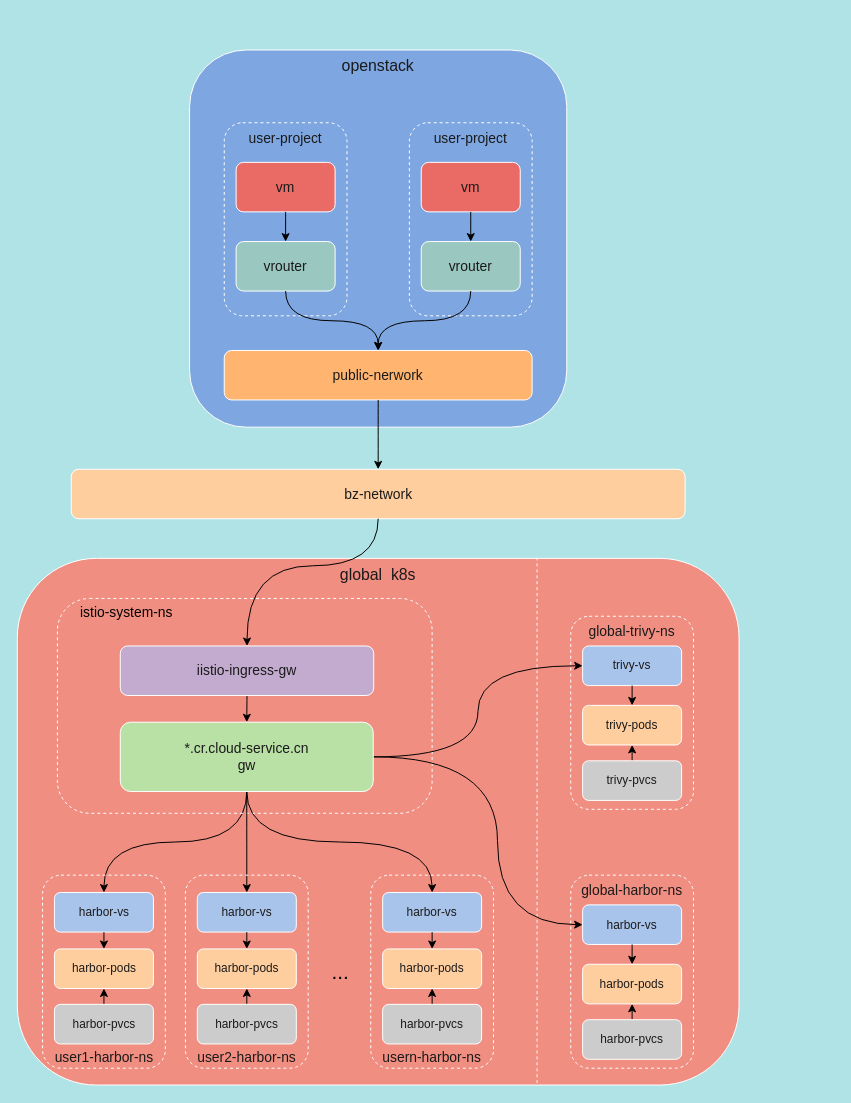
Above: 容器镜像服务.drawio in Riverdd/picture (draw.io), before the change. Source tidied: cells renumbered, new cells numbered last; positions are measured from the earlier drawing's top-left corner, leaving out a move shared by most shapes. Both pictures are drawn from the tidied source at 99%, with x=0, y=0 at pixel (17, 50).
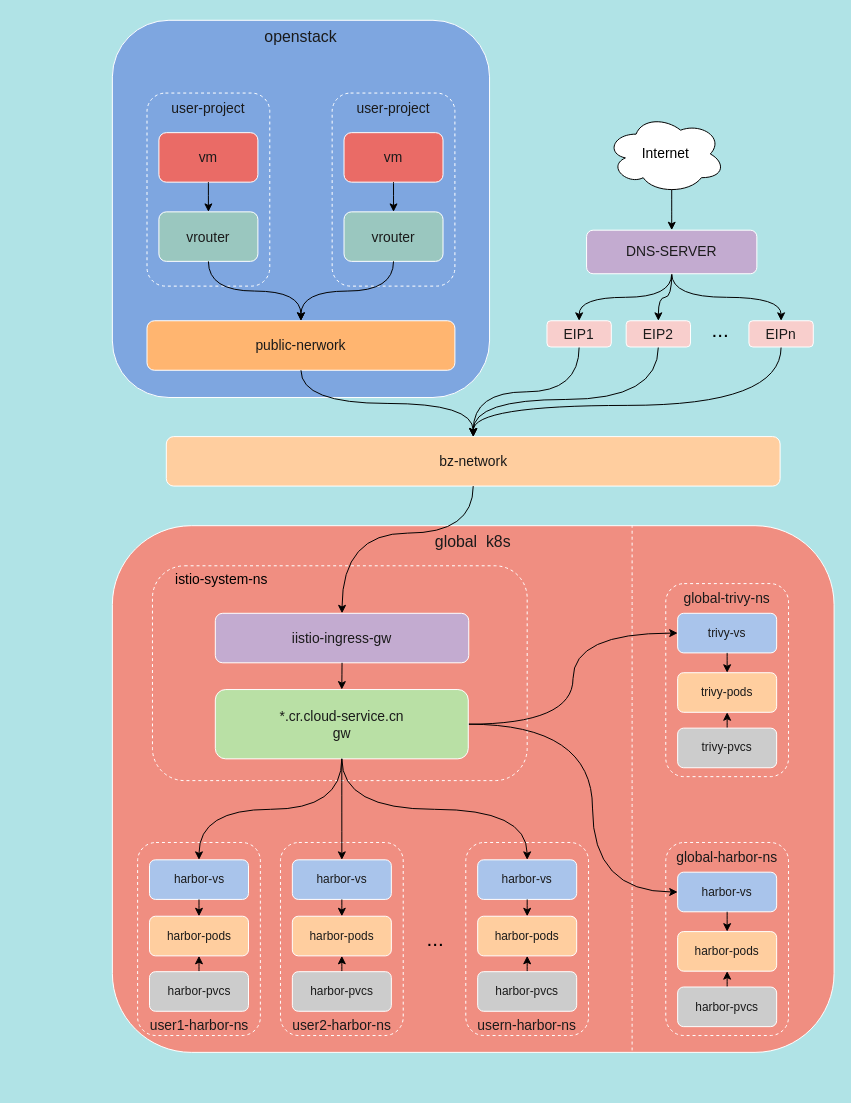
The same page after the edit.

Commit message (it also covers changes not shown here):
更新容器镜像服务.drawio

The change refers to these unchanged cells:
```xml
<mxCell id="11" value="harbor-vs" style="rounded=1;whiteSpace=wrap;html=1;fontSize=12;fillColor=#A9C4EB;strokeColor=#FFFFFF;fontColor=#1A1A1A;" parent="6" vertex="1">
  <mxGeometry x="12" y="30" width="100" height="40" as="geometry" />
</mxCell>
<mxCell id="18" value="vrouter" style="rounded=1;whiteSpace=wrap;html=1;fontSize=14;fillColor=#9AC7BF;strokeColor=#FFFFFF;fontColor=#1A1A1A;" parent="16" vertex="1">
  <mxGeometry x="12" y="120" width="100" height="50" as="geometry" />
</mxCell>
<mxCell id="23" value="vrouter" style="rounded=1;whiteSpace=wrap;html=1;fontSize=14;fillColor=#9AC7BF;strokeColor=#FFFFFF;fontColor=#1A1A1A;" parent="21" vertex="1">
  <mxGeometry x="12" y="120" width="100" height="50" as="geometry" />
</mxCell>
<mxCell id="50" value="harbor-vs" style="rounded=1;whiteSpace=wrap;html=1;fontSize=12;fillColor=#A9C4EB;strokeColor=#FFFFFF;fontColor=#1A1A1A;" parent="45" vertex="1">
  <mxGeometry x="12" y="17.5" width="100" height="40" as="geometry" />
</mxCell>
<mxCell id="57" value="harbor-vs" style="rounded=1;whiteSpace=wrap;html=1;fontSize=12;fillColor=#A9C4EB;strokeColor=#FFFFFF;fontColor=#1A1A1A;" parent="52" vertex="1">
  <mxGeometry x="12" y="17.5" width="100" height="40" as="geometry" />
</mxCell>
<mxCell id="64" value="harbor-vs" style="rounded=1;whiteSpace=wrap;html=1;fontSize=12;fillColor=#A9C4EB;strokeColor=#FFFFFF;fontColor=#1A1A1A;" parent="59" vertex="1">
  <mxGeometry x="12" y="17.5" width="100" height="40" as="geometry" />
</mxCell>
```

Change to the diagram source:
```diff
@@
+    <mxCell id="66" style="group;" parent="1" vertex="1">
+      <mxGeometry x="96" y="-33" width="729" height="1045.5" as="geometry" />
+    </mxCell>
-    <mxCell id="2" value="global &amp;nbsp;k8s" style="rounded=1;whiteSpace=wrap;html=1;fontSize=16;verticalAlign=top;fillColor=#F08E81;strokeColor=#FFFFFF;fontColor=#1A1A1A;" parent="1" vertex="1">
+    <mxCell id="2" value="global &amp;nbsp;k8s" style="rounded=1;whiteSpace=wrap;html=1;fontSize=16;verticalAlign=top;fillColor=#F08E81;strokeColor=#FFFFFF;fontColor=#1A1A1A;" parent="66" vertex="1">
       <mxGeometry y="513.5" width="729" height="532" as="geometry" />
     </mxCell>
-    <mxCell id="3" value="&lt;font style=&quot;font-size: 16px;&quot;&gt;openstack&lt;/font&gt;" style="whiteSpace=wrap;html=1;align=center;verticalAlign=top;rounded=1;fillColor=#7EA6E0;strokeColor=#FFFFFF;fontColor=#1A1A1A;" parent="1" vertex="1">
-      <mxGeometry x="174" width="381" height="381" as="geometry" />
+    <mxCell id="3" value="&lt;font style=&quot;font-size: 16px;&quot;&gt;openstack&lt;/font&gt;" style="whiteSpace=wrap;html=1;align=center;verticalAlign=top;rounded=1;fillColor=#7EA6E0;strokeColor=#FFFFFF;fontColor=#1A1A1A;" parent="66" vertex="1">
+      <mxGeometry y="3" width="381" height="381" as="geometry" />
     </mxCell>
-    <mxCell id="4" value="..." style="text;html=1;align=center;verticalAlign=middle;fillColor=none;strokeColor=none;rounded=1;fontSize=21;horizontal=1;" parent="1" vertex="1">
+    <mxCell id="4" value="..." style="text;html=1;align=center;verticalAlign=middle;fillColor=none;strokeColor=none;rounded=1;fontSize=21;horizontal=1;" parent="66" vertex="1">
       <mxGeometry x="308" y="912.5" width="36" height="37" as="geometry" />
     </mxCell>
-    <mxCell id="5" style="endArrow=none;dashed=1;html=1;rounded=1;strokeWidth=1;fontSize=8;strokeColor=#FFFFFF;curved=1;" parent="1" edge="1">
+    <mxCell id="5" style="endArrow=none;dashed=1;html=1;rounded=1;strokeWidth=1;fontSize=8;strokeColor=#FFFFFF;curved=1;" parent="66" edge="1">
       <mxGeometry relative="1" as="geometry">
         <mxPoint x="525" y="1043.5" as="sourcePoint" />
         <mxPoint x="525" y="513" as="targetPoint" />
       </mxGeometry>
     </mxCell>
-    <mxCell id="6" style="group;rounded=1;" parent="1" vertex="1">
+    <mxCell id="6" style="group;rounded=1;" parent="66" vertex="1">
       <mxGeometry x="559" y="833.5" width="124" height="195" as="geometry" />
     </mxCell>
@@
-    <mxCell id="13" style="edgeStyle=orthogonalEdgeStyle;rounded=1;jettySize=auto;html=1;exitX=0.5;exitY=1;exitDx=0;exitDy=0;entryX=0.5;entryY=0;entryDx=0;entryDy=0;strokeColor=#000000;strokeWidth=1;fontSize=14;endArrow=classic;endFill=1;curved=1;" parent="1" edge="1" source="38" target="43">
-      <mxGeometry relative="1" as="geometry" />
-    </mxCell>
-    <mxCell id="14" value="&lt;span style=&quot;font-size: 14px;&quot;&gt;bz-network&lt;/span&gt;" style="rounded=1;whiteSpace=wrap;html=1;fontSize=12;fillColor=#FFCE9F;strokeColor=#FFFFFF;fontColor=#1A1A1A;" parent="1" vertex="1">
+    <mxCell id="14" value="&lt;span style=&quot;font-size: 14px;&quot;&gt;bz-network&lt;/span&gt;" style="rounded=1;whiteSpace=wrap;html=1;fontSize=12;fillColor=#FFCE9F;strokeColor=#FFFFFF;fontColor=#1A1A1A;" parent="66" vertex="1">
       <mxGeometry x="54.5" y="423.5" width="620" height="50" as="geometry" />
     </mxCell>
-    <mxCell id="15" value="public-nerwork" style="rounded=1;whiteSpace=wrap;html=1;fontSize=14;fillColor=#FFB570;strokeColor=#FFFFFF;fontColor=#1A1A1A;" parent="1" vertex="1">
-      <mxGeometry x="209" y="303.5" width="311" height="50" as="geometry" />
+    <mxCell id="15" value="public-nerwork" style="rounded=1;whiteSpace=wrap;html=1;fontSize=14;fillColor=#FFB570;strokeColor=#FFFFFF;fontColor=#1A1A1A;" parent="66" vertex="1">
+      <mxGeometry x="35" y="306.5" width="311" height="50" as="geometry" />
     </mxCell>
-    <mxCell id="16" style="group;" parent="1" vertex="1">
-      <mxGeometry x="209" y="73.5" width="124" height="195" as="geometry" />
+    <mxCell id="16" style="group;" parent="66" vertex="1">
+      <mxGeometry x="35" y="76.5" width="124" height="195" as="geometry" />
     </mxCell>
@@
-    <mxCell id="21" style="group;" parent="1" vertex="1">
-      <mxGeometry x="396" y="73.5" width="124" height="195" as="geometry" />
+    <mxCell id="21" style="group;" parent="66" vertex="1">
+      <mxGeometry x="222" y="76.5" width="124" height="195" as="geometry" />
     </mxCell>
@@
-    <mxCell id="26" style="edgeStyle=orthogonalEdgeStyle;rounded=0;jettySize=auto;html=1;exitX=0.5;exitY=1;exitDx=0;exitDy=0;entryX=0.5;entryY=0;entryDx=0;entryDy=0;curved=1;" parent="1" edge="1" source="14" target="38">
+    <mxCell id="26" style="edgeStyle=orthogonalEdgeStyle;rounded=0;jettySize=auto;html=1;exitX=0.5;exitY=1;exitDx=0;exitDy=0;entryX=0.5;entryY=0;entryDx=0;entryDy=0;curved=1;" parent="66" edge="1" source="14" target="38">
       <mxGeometry relative="1" as="geometry">
         <Array as="points">
           <mxPoint x="365" y="521" />
           <mxPoint x="232" y="521" />
         </Array>
       </mxGeometry>
     </mxCell>
-    <mxCell id="27" style="edgeStyle=orthogonalEdgeStyle;curved=1;rounded=0;jettySize=auto;html=1;exitX=0.5;exitY=1;exitDx=0;exitDy=0;entryX=0.5;entryY=0;entryDx=0;entryDy=0;fontSize=14;" parent="1" edge="1" source="15" target="14">
+    <mxCell id="27" style="edgeStyle=orthogonalEdgeStyle;curved=1;rounded=0;jettySize=auto;html=1;exitX=0.5;exitY=1;exitDx=0;exitDy=0;entryX=0.5;entryY=0;entryDx=0;entryDy=0;fontSize=14;" parent="66" edge="1" source="15" target="14">
       <mxGeometry relative="1" as="geometry" />
     </mxCell>
-    <mxCell id="28" style="edgeStyle=orthogonalEdgeStyle;curved=1;rounded=0;jettySize=auto;html=1;exitX=0.5;exitY=1;exitDx=0;exitDy=0;entryX=0.5;entryY=0;entryDx=0;entryDy=0;fontSize=14;" parent="1" edge="1" source="18" target="15">
+    <mxCell id="28" style="edgeStyle=orthogonalEdgeStyle;curved=1;rounded=0;jettySize=auto;html=1;exitX=0.5;exitY=1;exitDx=0;exitDy=0;entryX=0.5;entryY=0;entryDx=0;entryDy=0;fontSize=14;" parent="66" edge="1" source="18" target="15">
       <mxGeometry relative="1" as="geometry" />
     </mxCell>
-    <mxCell id="29" style="edgeStyle=orthogonalEdgeStyle;curved=1;rounded=0;jettySize=auto;html=1;exitX=0.5;exitY=1;exitDx=0;exitDy=0;entryX=0.5;entryY=0;entryDx=0;entryDy=0;fontSize=14;" parent="1" edge="1" source="23" target="15">
+    <mxCell id="29" style="edgeStyle=orthogonalEdgeStyle;curved=1;rounded=0;jettySize=auto;html=1;exitX=0.5;exitY=1;exitDx=0;exitDy=0;entryX=0.5;entryY=0;entryDx=0;entryDy=0;fontSize=14;" parent="66" edge="1" source="23" target="15">
       <mxGeometry relative="1" as="geometry" />
     </mxCell>
-    <mxCell id="30" style="edgeStyle=orthogonalEdgeStyle;curved=1;rounded=0;jettySize=auto;html=1;exitX=0.5;exitY=1;exitDx=0;exitDy=0;entryX=0.5;entryY=0;entryDx=0;entryDy=0;fontSize=14;" parent="1" edge="1" source="43" target="50">
-      <mxGeometry relative="1" as="geometry" />
-    </mxCell>
-    <mxCell id="31" value="global-trivy-ns" style="rounded=1;whiteSpace=wrap;html=1;dashed=1;labelBackgroundColor=none;fontSize=14;verticalAlign=top;fillColor=none;strokeColor=#FFFFFF;fontColor=#1A1A1A;" parent="1" vertex="1">
+    <mxCell id="31" value="global-trivy-ns" style="rounded=1;whiteSpace=wrap;html=1;dashed=1;labelBackgroundColor=none;fontSize=14;verticalAlign=top;fillColor=none;strokeColor=#FFFFFF;fontColor=#1A1A1A;" parent="66" vertex="1">
       <mxGeometry x="559" y="572" width="124" height="195" as="geometry" />
     </mxCell>
-    <mxCell id="32" value="trivy-pods" style="rounded=1;whiteSpace=wrap;html=1;fontSize=12;fillColor=#FFCE9F;strokeColor=#FFFFFF;fontColor=#1A1A1A;" parent="1" vertex="1">
+    <mxCell id="32" value="trivy-pods" style="rounded=1;whiteSpace=wrap;html=1;fontSize=12;fillColor=#FFCE9F;strokeColor=#FFFFFF;fontColor=#1A1A1A;" parent="66" vertex="1">
       <mxGeometry x="571" y="662" width="100" height="40" as="geometry" />
     </mxCell>
-    <mxCell id="33" style="edgeStyle=orthogonalEdgeStyle;rounded=1;jettySize=auto;html=1;exitX=0.5;exitY=0;exitDx=0;exitDy=0;entryX=0.5;entryY=1;entryDx=0;entryDy=0;curved=1;" parent="1" edge="1" source="34" target="32">
+    <mxCell id="33" style="edgeStyle=orthogonalEdgeStyle;rounded=1;jettySize=auto;html=1;exitX=0.5;exitY=0;exitDx=0;exitDy=0;entryX=0.5;entryY=1;entryDx=0;entryDy=0;curved=1;" parent="66" edge="1" source="34" target="32">
       <mxGeometry relative="1" as="geometry" />
     </mxCell>
-    <mxCell id="34" value="trivy-pvcs" style="rounded=1;whiteSpace=wrap;html=1;fontSize=12;fillColor=#CCCCCC;strokeColor=#FFFFFF;fontColor=#1A1A1A;" parent="1" vertex="1">
+    <mxCell id="34" value="trivy-pvcs" style="rounded=1;whiteSpace=wrap;html=1;fontSize=12;fillColor=#CCCCCC;strokeColor=#FFFFFF;fontColor=#1A1A1A;" parent="66" vertex="1">
       <mxGeometry x="571" y="718" width="100" height="40" as="geometry" />
     </mxCell>
-    <mxCell id="35" value="trivy-vs" style="rounded=1;whiteSpace=wrap;html=1;fontSize=12;fillColor=#A9C4EB;strokeColor=#FFFFFF;fontColor=#1A1A1A;" parent="1" vertex="1">
+    <mxCell id="35" value="trivy-vs" style="rounded=1;whiteSpace=wrap;html=1;fontSize=12;fillColor=#A9C4EB;strokeColor=#FFFFFF;fontColor=#1A1A1A;" parent="66" vertex="1">
       <mxGeometry x="571" y="602" width="100" height="40" as="geometry" />
     </mxCell>
-    <mxCell id="36" style="rounded=1;whiteSpace=wrap;html=1;dashed=1;labelBackgroundColor=none;fontSize=14;verticalAlign=top;fillColor=none;strokeColor=#FFFFFF;fontColor=#1A1A1A;" parent="1" vertex="1">
+    <mxCell id="36" style="rounded=1;whiteSpace=wrap;html=1;dashed=1;labelBackgroundColor=none;fontSize=14;verticalAlign=top;fillColor=none;strokeColor=#FFFFFF;fontColor=#1A1A1A;" parent="66" vertex="1">
       <mxGeometry x="40.5" y="554" width="378.5" height="217" as="geometry" />
     </mxCell>
-    <mxCell id="37" style="edgeStyle=orthogonalEdgeStyle;rounded=1;jettySize=auto;html=1;exitX=0.5;exitY=1;exitDx=0;exitDy=0;entryX=0.5;entryY=0;entryDx=0;entryDy=0;strokeColor=#000000;strokeWidth=1;fontSize=8;endArrow=classic;endFill=1;curved=1;" parent="1" edge="1" source="35" target="32">
+    <mxCell id="37" style="edgeStyle=orthogonalEdgeStyle;rounded=1;jettySize=auto;html=1;exitX=0.5;exitY=1;exitDx=0;exitDy=0;entryX=0.5;entryY=0;entryDx=0;entryDy=0;strokeColor=#000000;strokeWidth=1;fontSize=8;endArrow=classic;endFill=1;curved=1;" parent="66" edge="1" source="35" target="32">
       <mxGeometry relative="1" as="geometry" />
     </mxCell>
-    <mxCell id="38" value="&lt;font style=&quot;font-size: 14px;&quot;&gt;iistio-ingress-gw&lt;/font&gt;" style="rounded=1;whiteSpace=wrap;html=1;fontSize=12;fillColor=#C3ABD0;strokeColor=#FFFFFF;fontColor=#1A1A1A;" parent="1" vertex="1">
+    <mxCell id="38" value="&lt;font style=&quot;font-size: 14px;&quot;&gt;iistio-ingress-gw&lt;/font&gt;" style="rounded=1;whiteSpace=wrap;html=1;fontSize=12;fillColor=#C3ABD0;strokeColor=#FFFFFF;fontColor=#1A1A1A;" parent="66" vertex="1">
       <mxGeometry x="104" y="602" width="256" height="50" as="geometry" />
     </mxCell>
-    <mxCell id="39" style="edgeStyle=orthogonalEdgeStyle;curved=1;rounded=0;jettySize=auto;html=1;exitX=0.5;exitY=1;exitDx=0;exitDy=0;entryX=0.5;entryY=0;entryDx=0;entryDy=0;strokeColor=#000000;fontSize=14;" parent="1" edge="1" source="43" target="57">
-      <mxGeometry relative="1" as="geometry" />
-    </mxCell>
-    <mxCell id="40" style="edgeStyle=orthogonalEdgeStyle;curved=1;rounded=0;jettySize=auto;html=1;exitX=0.5;exitY=1;exitDx=0;exitDy=0;entryX=0.5;entryY=0;entryDx=0;entryDy=0;strokeColor=#000000;fontSize=14;" parent="1" edge="1" source="43" target="64">
-      <mxGeometry relative="1" as="geometry" />
-    </mxCell>
-    <mxCell id="41" style="edgeStyle=orthogonalEdgeStyle;curved=1;rounded=0;jettySize=auto;html=1;exitX=1;exitY=0.5;exitDx=0;exitDy=0;entryX=0;entryY=0.5;entryDx=0;entryDy=0;strokeColor=#000000;fontSize=14;" parent="1" edge="1" source="43" target="35">
+    <mxCell id="41" style="edgeStyle=orthogonalEdgeStyle;curved=1;rounded=0;jettySize=auto;html=1;exitX=1;exitY=0.5;exitDx=0;exitDy=0;entryX=0;entryY=0.5;entryDx=0;entryDy=0;strokeColor=#000000;fontSize=14;" parent="66" edge="1" source="43" target="35">
       <mxGeometry relative="1" as="geometry" />
     </mxCell>
-    <mxCell id="42" style="edgeStyle=orthogonalEdgeStyle;curved=1;rounded=0;jettySize=auto;html=1;exitX=1;exitY=0.5;exitDx=0;exitDy=0;entryX=0;entryY=0.5;entryDx=0;entryDy=0;strokeColor=#000000;fontSize=14;" parent="1" edge="1" source="43" target="11">
+    <mxCell id="42" style="edgeStyle=orthogonalEdgeStyle;curved=1;rounded=0;jettySize=auto;html=1;exitX=1;exitY=0.5;exitDx=0;exitDy=0;entryX=0;entryY=0.5;entryDx=0;entryDy=0;strokeColor=#000000;fontSize=14;" parent="66" edge="1" source="43" target="11">
       <mxGeometry relative="1" as="geometry">
         <Array as="points">
           <mxPoint x="485" y="714" />
           <mxPoint x="485" y="884" />
         </Array>
       </mxGeometry>
     </mxCell>
-    <mxCell id="43" value="*.cr.cloud-service.cn&lt;br style=&quot;font-size: 14px;&quot;&gt;gw" style="rounded=1;whiteSpace=wrap;html=1;fontSize=14;fillColor=#B9E0A5;strokeColor=#FFFFFF;fontColor=#1A1A1A;" parent="1" vertex="1">
+    <mxCell id="43" value="*.cr.cloud-service.cn&lt;br style=&quot;font-size: 14px;&quot;&gt;gw" style="rounded=1;whiteSpace=wrap;html=1;fontSize=14;fillColor=#B9E0A5;strokeColor=#FFFFFF;fontColor=#1A1A1A;" parent="66" vertex="1">
       <mxGeometry x="104" y="679" width="255.5" height="70" as="geometry" />
     </mxCell>
+    <mxCell id="13" style="edgeStyle=orthogonalEdgeStyle;rounded=1;jettySize=auto;html=1;exitX=0.5;exitY=1;exitDx=0;exitDy=0;entryX=0.5;entryY=0;entryDx=0;entryDy=0;strokeColor=#000000;strokeWidth=1;fontSize=14;endArrow=classic;endFill=1;curved=1;" parent="66" edge="1" source="38" target="43">
+      <mxGeometry relative="1" as="geometry" />
+    </mxCell>
-    <mxCell id="44" value="istio-system-ns" style="text;html=1;align=center;verticalAlign=middle;strokeColor=none;fillColor=none;fontSize=14;" parent="1" vertex="1">
+    <mxCell id="44" value="istio-system-ns" style="text;html=1;align=center;verticalAlign=middle;strokeColor=none;fillColor=none;fontSize=14;" parent="66" vertex="1">
       <mxGeometry x="54.5" y="554" width="111" height="28" as="geometry" />
     </mxCell>
-    <mxCell id="45" style="group;" parent="1" vertex="1">
+    <mxCell id="45" style="group;" parent="66" vertex="1">
       <mxGeometry x="25.5" y="833.5" width="124" height="195" as="geometry" />
     </mxCell>
@@
+    <mxCell id="30" style="edgeStyle=orthogonalEdgeStyle;curved=1;rounded=0;jettySize=auto;html=1;exitX=0.5;exitY=1;exitDx=0;exitDy=0;entryX=0.5;entryY=0;entryDx=0;entryDy=0;fontSize=14;" parent="66" edge="1" source="43" target="50">
+      <mxGeometry relative="1" as="geometry" />
+    </mxCell>
-    <mxCell id="52" style="group;" parent="1" vertex="1">
+    <mxCell id="52" style="group;" parent="66" vertex="1">
       <mxGeometry x="169.8" y="833.5" width="124" height="195" as="geometry" />
     </mxCell>
@@
+    <mxCell id="39" style="edgeStyle=orthogonalEdgeStyle;curved=1;rounded=0;jettySize=auto;html=1;exitX=0.5;exitY=1;exitDx=0;exitDy=0;entryX=0.5;entryY=0;entryDx=0;entryDy=0;strokeColor=#000000;fontSize=14;" parent="66" edge="1" source="43" target="57">
+      <mxGeometry relative="1" as="geometry" />
+    </mxCell>
-    <mxCell id="59" style="group;" parent="1" vertex="1">
+    <mxCell id="59" style="group;" parent="66" vertex="1">
       <mxGeometry x="357" y="833.5" width="124" height="195" as="geometry" />
     </mxCell>
@@
+    <mxCell id="40" style="edgeStyle=orthogonalEdgeStyle;curved=1;rounded=0;jettySize=auto;html=1;exitX=0.5;exitY=1;exitDx=0;exitDy=0;entryX=0.5;entryY=0;entryDx=0;entryDy=0;strokeColor=#000000;fontSize=14;" parent="66" edge="1" source="43" target="64">
+      <mxGeometry relative="1" as="geometry" />
+    </mxCell>
+    <mxCell id="67" style="edgeStyle=orthogonalEdgeStyle;curved=1;rounded=0;jettySize=auto;html=1;exitX=0.55;exitY=0.95;exitDx=0;exitDy=0;exitPerimeter=0;entryX=0.5;entryY=0;entryDx=0;entryDy=0;strokeColor=#000000;fontSize=14;" parent="66" edge="1" source="68" target="79">
+      <mxGeometry relative="1" as="geometry" />
+    </mxCell>
+    <mxCell id="68" value="Internet" style="ellipse;shape=cloud;whiteSpace=wrap;html=1;fontSize=14;fillColor=#FFFFFF;" parent="66" vertex="1">
+      <mxGeometry x="499" y="98" width="120" height="80" as="geometry" />
+    </mxCell>
+    <mxCell id="69" style="edgeStyle=orthogonalEdgeStyle;curved=1;rounded=0;jettySize=auto;html=1;exitX=0.5;exitY=1;exitDx=0;exitDy=0;entryX=0.5;entryY=0;entryDx=0;entryDy=0;strokeColor=#000000;fontSize=14;" parent="66" edge="1" source="70" target="14">
+      <mxGeometry relative="1" as="geometry" />
+    </mxCell>
+    <mxCell id="70" value="EIP1" style="rounded=1;whiteSpace=wrap;html=1;fontSize=14;fillColor=#F8CECC;strokeColor=#FFFFFF;fontColor=#1A1A1A;" parent="66" vertex="1">
+      <mxGeometry x="439" y="306.5" width="65" height="26.5" as="geometry" />
+    </mxCell>
+    <mxCell id="71" style="edgeStyle=orthogonalEdgeStyle;curved=1;rounded=0;jettySize=auto;html=1;exitX=0.5;exitY=1;exitDx=0;exitDy=0;entryX=0.5;entryY=0;entryDx=0;entryDy=0;strokeColor=#000000;fontSize=14;" parent="66" edge="1" source="72" target="14">
+      <mxGeometry relative="1" as="geometry">
+        <Array as="points">
+          <mxPoint x="552" y="386" />
+          <mxPoint x="365" y="386" />
+        </Array>
+      </mxGeometry>
+    </mxCell>
+    <mxCell id="72" value="EIP2" style="rounded=1;whiteSpace=wrap;html=1;fontSize=14;fillColor=#F8CECC;strokeColor=#FFFFFF;fontColor=#1A1A1A;" parent="66" vertex="1">
+      <mxGeometry x="519" y="306.5" width="65" height="26.5" as="geometry" />
+    </mxCell>
+    <mxCell id="73" style="edgeStyle=orthogonalEdgeStyle;curved=1;rounded=0;jettySize=auto;html=1;exitX=0.5;exitY=1;exitDx=0;exitDy=0;entryX=0.5;entryY=0;entryDx=0;entryDy=0;strokeColor=#000000;fontSize=14;" parent="66" edge="1" source="74" target="14">
+      <mxGeometry relative="1" as="geometry">
+        <Array as="points">
+          <mxPoint x="676" y="392" />
+          <mxPoint x="365" y="392" />
+        </Array>
+      </mxGeometry>
+    </mxCell>
+    <mxCell id="74" value="EIPn" style="rounded=1;whiteSpace=wrap;html=1;fontSize=14;fillColor=#F8CECC;strokeColor=#FFFFFF;fontColor=#1A1A1A;" parent="66" vertex="1">
+      <mxGeometry x="643" y="306.5" width="65" height="26.5" as="geometry" />
+    </mxCell>
+    <mxCell id="75" value="..." style="text;html=1;align=center;verticalAlign=middle;fillColor=none;strokeColor=none;rounded=1;fontSize=21;horizontal=1;" parent="66" vertex="1">
+      <mxGeometry x="596" y="296" width="36" height="37" as="geometry" />
+    </mxCell>
+    <mxCell id="76" style="edgeStyle=orthogonalEdgeStyle;curved=1;rounded=0;jettySize=auto;html=1;exitX=0.5;exitY=1;exitDx=0;exitDy=0;entryX=0.5;entryY=0;entryDx=0;entryDy=0;strokeColor=#000000;fontSize=14;" parent="66" edge="1" source="79" target="70">
+      <mxGeometry relative="1" as="geometry" />
+    </mxCell>
+    <mxCell id="77" style="edgeStyle=orthogonalEdgeStyle;curved=1;rounded=0;jettySize=auto;html=1;exitX=0.5;exitY=1;exitDx=0;exitDy=0;entryX=0.5;entryY=0;entryDx=0;entryDy=0;strokeColor=#000000;fontSize=14;" parent="66" edge="1" source="79" target="72">
+      <mxGeometry relative="1" as="geometry" />
+    </mxCell>
+    <mxCell id="78" style="edgeStyle=orthogonalEdgeStyle;curved=1;rounded=0;jettySize=auto;html=1;exitX=0.5;exitY=1;exitDx=0;exitDy=0;entryX=0.5;entryY=0;entryDx=0;entryDy=0;strokeColor=#000000;fontSize=14;" parent="66" edge="1" source="79" target="74">
+      <mxGeometry relative="1" as="geometry" />
+    </mxCell>
+    <mxCell id="79" value="DNS-SERVER" style="rounded=1;whiteSpace=wrap;html=1;fontSize=14;fillColor=#C3ABD0;strokeColor=#FFFFFF;fontColor=#1A1A1A;" parent="66" vertex="1">
+      <mxGeometry x="479" y="215" width="172" height="44" as="geometry" />
+    </mxCell>
```
